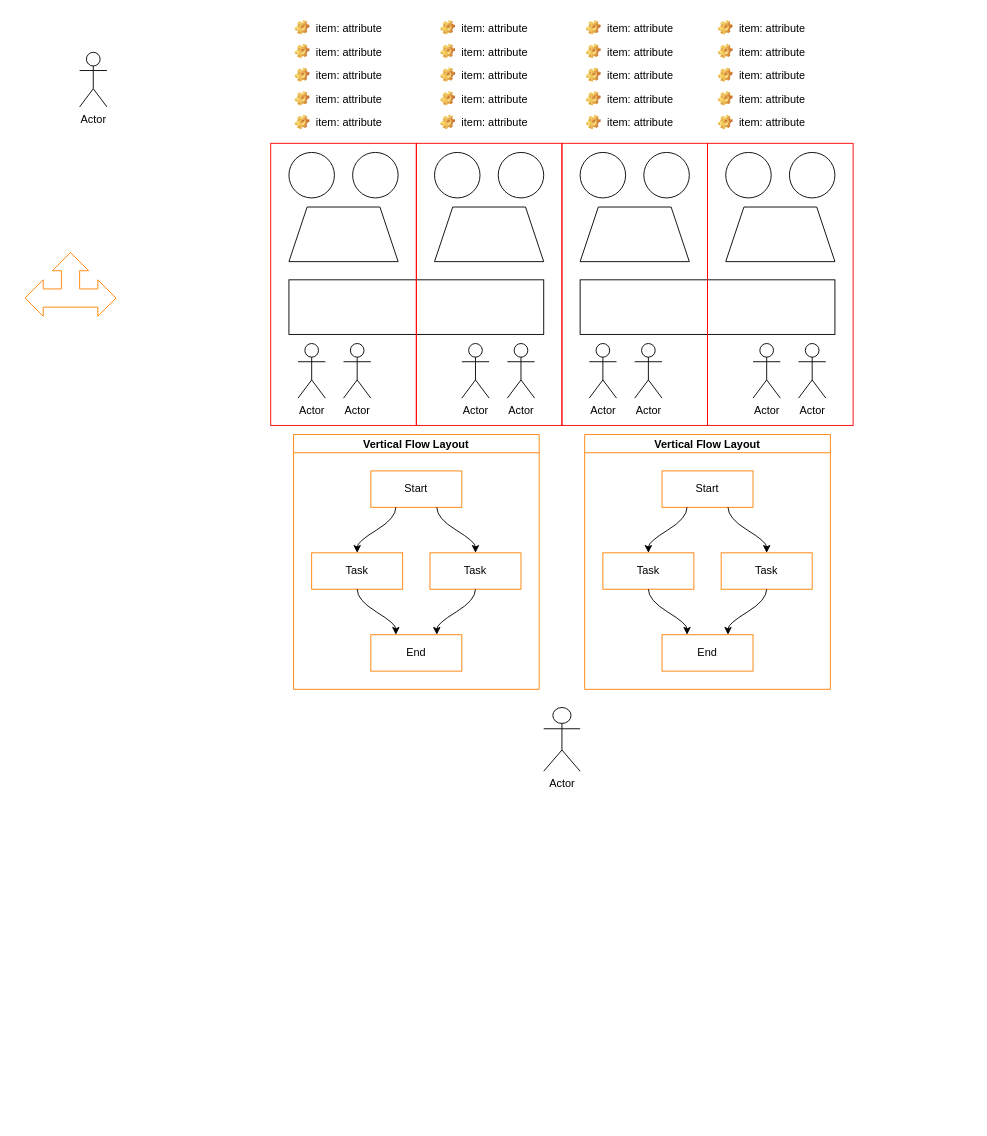
The draw.io diagram Untitled Diagram.drawio in schuyler-j/projects, before the edit. Source tidied: cells renumbered, new cells numbered last; positions are measured from the earlier drawing's top-left corner, leaving out a move shared by most shapes. Both pictures are drawn from the tidied source at 91%, with x=0, y=0 at pixel (25, 15).
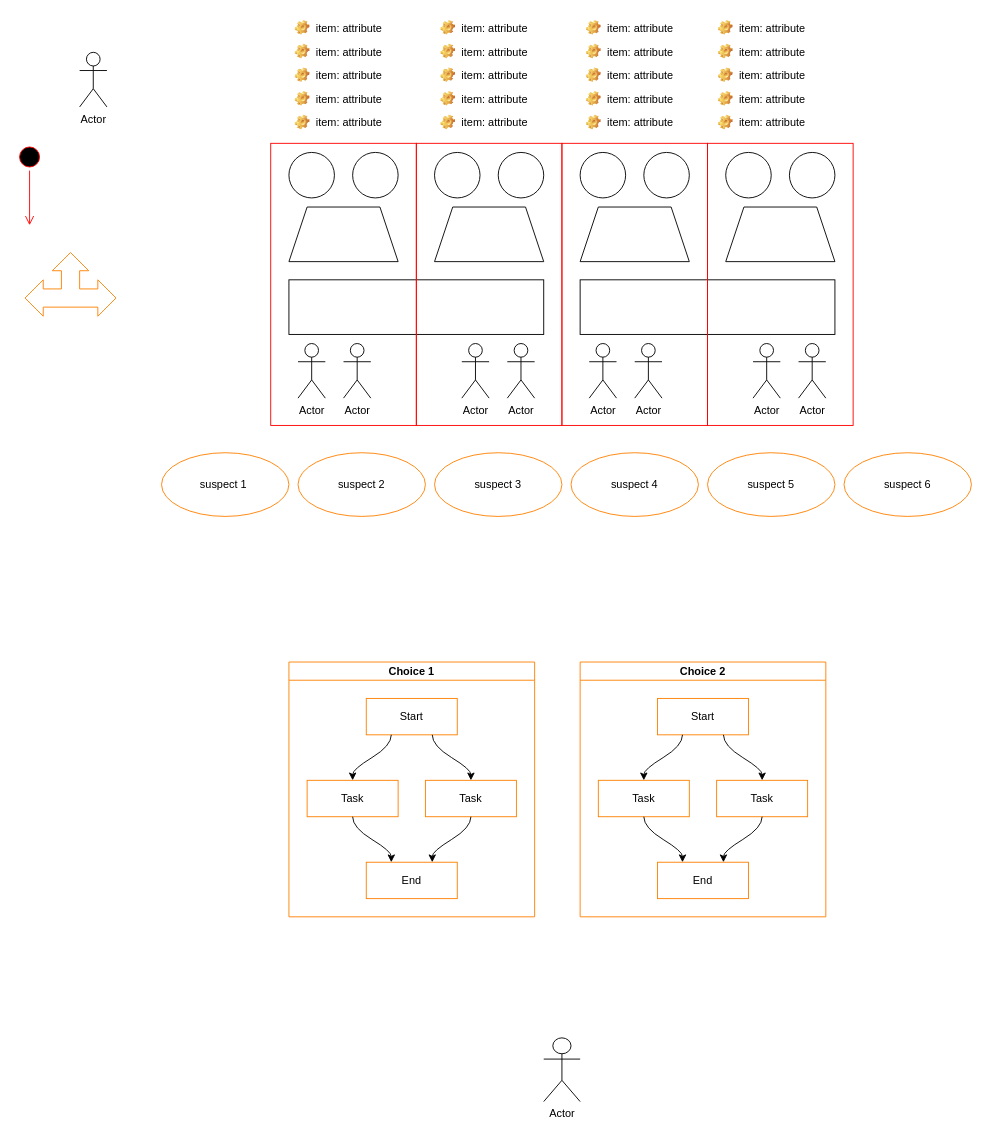
The same page after the edit.

What changed in the source:
```diff
@@
     <mxCell id="29" value="Actor" style="shape=umlActor;verticalLabelPosition=bottom;verticalAlign=top;html=1;" parent="1" vertex="1">
-      <mxGeometry x="570" y="760" width="40" height="70" as="geometry" />
+      <mxGeometry x="570" y="1123" width="40" height="70" as="geometry" />
     </mxCell>
-    <mxCell id="30" value="Vertical Flow Layout" style="swimlane;startSize=20;horizontal=1;flowOrientation=north;interRankCellSpacing=50;containerType=tree;strokeColor=#FF8000;fillColor=none;" parent="1" vertex="1">
-      <mxGeometry x="295" y="460" width="270" height="280" as="geometry" />
+    <mxCell id="30" value="Choice 1" style="swimlane;startSize=20;horizontal=1;flowOrientation=north;interRankCellSpacing=50;containerType=tree;strokeColor=#FF8000;fillColor=none;" parent="1" vertex="1">
+      <mxGeometry x="290" y="710" width="270" height="280" as="geometry" />
     </mxCell>
@@
-    <mxCell id="39" value="Vertical Flow Layout" style="swimlane;startSize=20;horizontal=1;flowOrientation=north;interRankCellSpacing=50;containerType=tree;strokeColor=#FF8000;fillColor=none;" parent="1" vertex="1">
-      <mxGeometry x="615" y="460" width="270" height="280" as="geometry" />
+    <mxCell id="39" value="Choice 2" style="swimlane;startSize=20;horizontal=1;flowOrientation=north;interRankCellSpacing=50;containerType=tree;strokeColor=#FF8000;fillColor=none;" parent="1" vertex="1">
+      <mxGeometry x="610" y="710" width="270" height="280" as="geometry" />
     </mxCell>
@@
+    <mxCell id="69" style="ellipse;html=1;shape=startState;fillColor=#000000;strokeColor=#ff0000;" parent="1" vertex="1">
+      <mxGeometry x="-10" y="140" width="30" height="30" as="geometry" />
+    </mxCell>
+    <mxCell id="70" style="edgeStyle=orthogonalEdgeStyle;html=1;verticalAlign=bottom;endArrow=open;endSize=8;strokeColor=#ff0000;rounded=0;" parent="1" edge="1" source="69">
+      <mxGeometry relative="1" as="geometry">
+        <mxPoint x="5" y="230" as="targetPoint" />
+      </mxGeometry>
+    </mxCell>
+    <mxCell id="71" value="suspect 1&lt;span style=&quot;white-space: pre&quot;&gt; &lt;/span&gt;" style="ellipse;whiteSpace=wrap;html=1;strokeColor=#FF8000;fillColor=none;" parent="1" vertex="1">
+      <mxGeometry x="150" y="480" width="140" height="70" as="geometry" />
+    </mxCell>
+    <mxCell id="72" value="suspect 2" style="ellipse;whiteSpace=wrap;html=1;strokeColor=#FF8000;fillColor=none;" parent="1" vertex="1">
+      <mxGeometry x="300" y="480" width="140" height="70" as="geometry" />
+    </mxCell>
+    <mxCell id="73" value="suspect 3" style="ellipse;whiteSpace=wrap;html=1;strokeColor=#FF8000;fillColor=none;" parent="1" vertex="1">
+      <mxGeometry x="450" y="480" width="140" height="70" as="geometry" />
+    </mxCell>
+    <mxCell id="74" value="suspect 4" style="ellipse;whiteSpace=wrap;html=1;strokeColor=#FF8000;fillColor=none;" parent="1" vertex="1">
+      <mxGeometry x="600" y="480" width="140" height="70" as="geometry" />
+    </mxCell>
+    <mxCell id="75" value="suspect 5" style="ellipse;whiteSpace=wrap;html=1;strokeColor=#FF8000;fillColor=none;" parent="1" vertex="1">
+      <mxGeometry x="750" y="480" width="140" height="70" as="geometry" />
+    </mxCell>
+    <mxCell id="76" value="suspect 6" style="ellipse;whiteSpace=wrap;html=1;strokeColor=#FF8000;fillColor=none;" parent="1" vertex="1">
+      <mxGeometry x="900" y="480" width="140" height="70" as="geometry" />
+    </mxCell>
```
